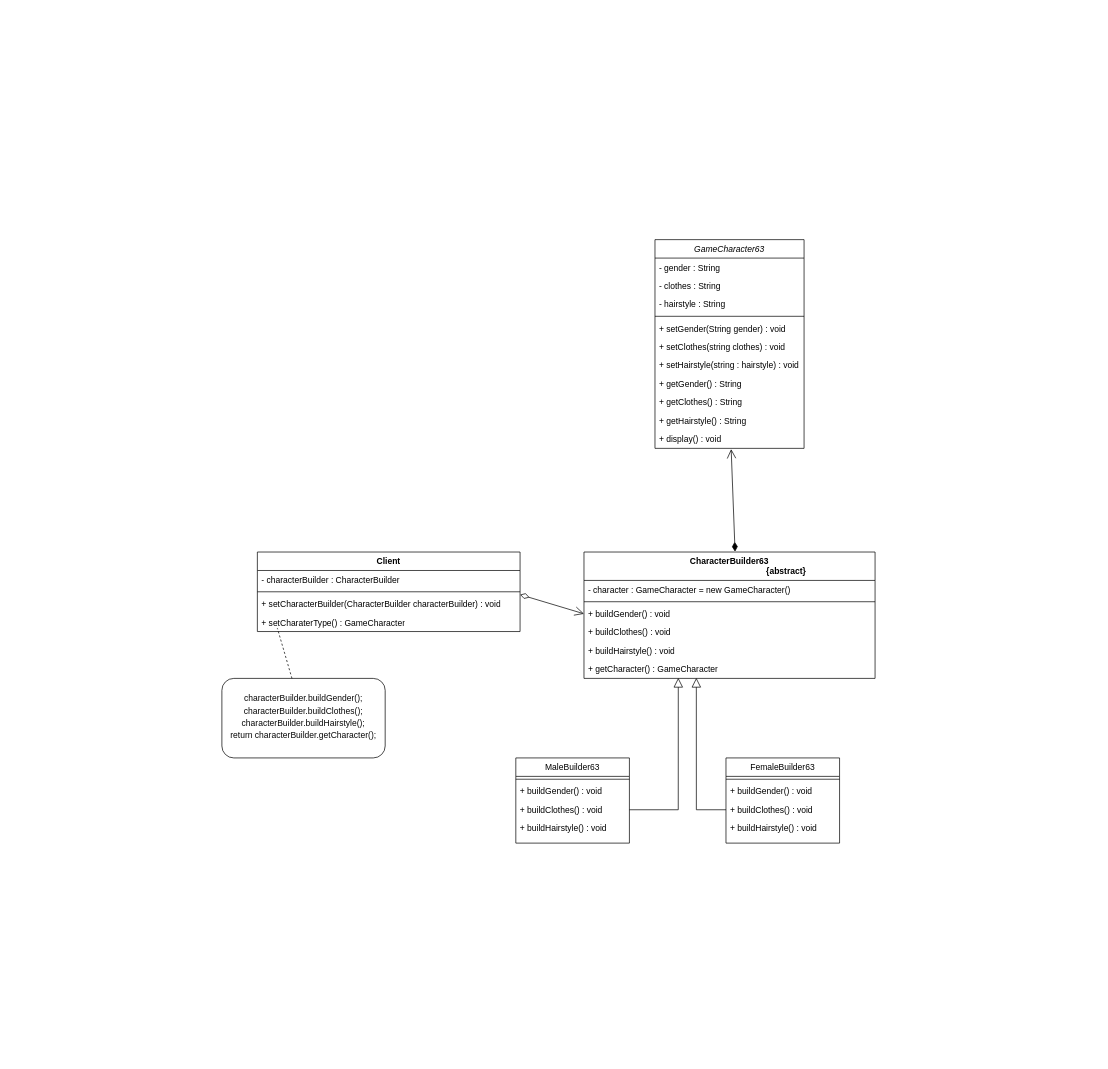
Above: 建造者.drawio in MyBozai/Java (draw.io), before the change. Source tidied: cells renumbered, new cells numbered last; positions are measured from the earlier drawing's top-left corner, leaving out a move shared by most shapes. Both pictures are drawn from the tidied source at 71%, with x=0, y=0 at pixel (222, 239).
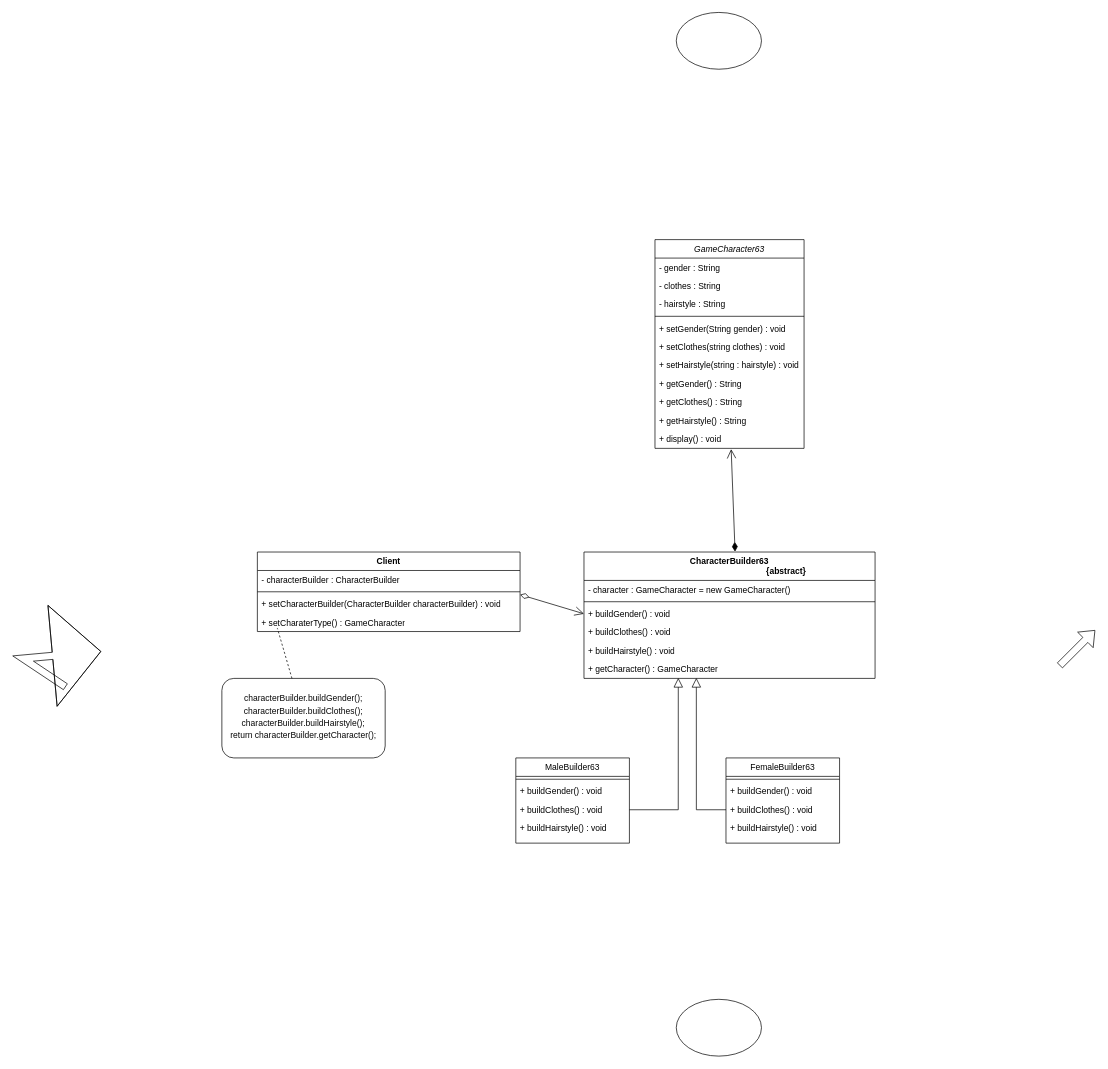
The same page after the edit.

Commit message (it also covers changes not shown here):
更新建造者.drawio

Change to the diagram source:
```diff
@@
+    <mxCell id="42" style="shape=flexArrow;endArrow=classic;html=1;rounded=0;" parent="1" edge="1">
+      <mxGeometry relative="1" as="geometry">
+        <mxPoint x="1180" y="600" as="sourcePoint" />
+        <mxPoint x="1230" y="550" as="targetPoint" />
+      </mxGeometry>
+    </mxCell>
+    <mxCell id="43" style="shape=flexArrow;endArrow=classic;html=1;rounded=0;endWidth=131.66666666666669;endSize=22.433333333333337;" parent="1" edge="1">
+      <mxGeometry relative="1" as="geometry">
+        <mxPoint x="-220" y="630" as="sourcePoint" />
+        <mxPoint x="-170" y="580" as="targetPoint" />
+        <Array as="points">
+          <mxPoint x="-280" y="590" />
+        </Array>
+      </mxGeometry>
+    </mxCell>
+    <mxCell id="44" style="ellipse;whiteSpace=wrap;html=1;" parent="1" vertex="1">
+      <mxGeometry x="640" y="1070" width="120" height="80" as="geometry" />
+    </mxCell>
+    <mxCell id="45" style="ellipse;whiteSpace=wrap;html=1;" parent="1" vertex="1">
+      <mxGeometry x="640" y="-320" width="120" height="80" as="geometry" />
+    </mxCell>
```
